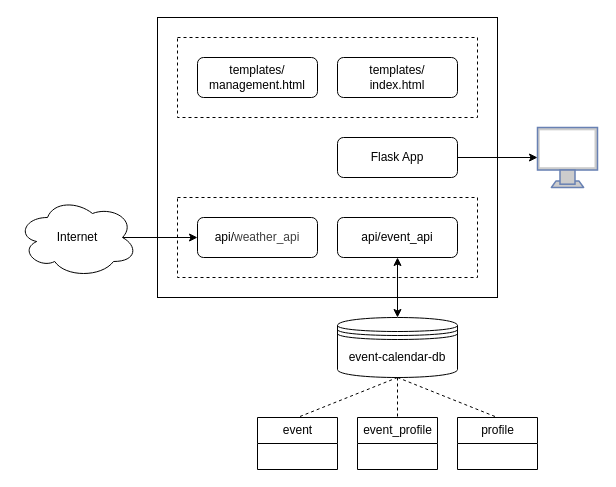
Earlier version of the draw.io diagram diagrams/architecture.drawio (cindracindra/weatherwise-planner). Source tidied: cells renumbered, new cells numbered last; positions are measured from the earlier drawing's top-left corner, leaving out a move shared by most shapes. Both pictures are drawn from the tidied source at 100%, with x=0, y=0 at pixel (17, 17).
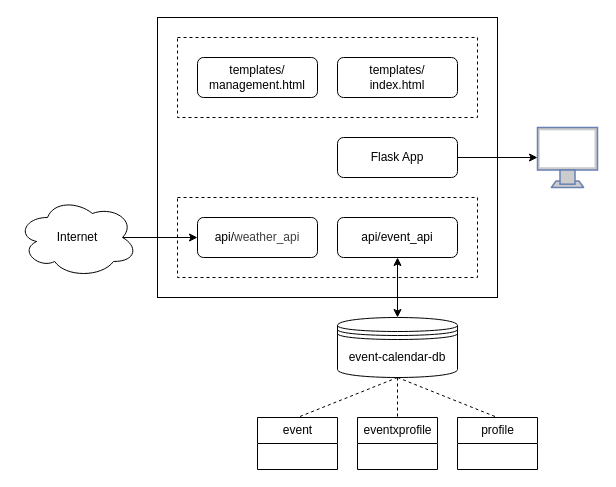
Above is the later version.

Change to the diagram source:
```diff
@@
-    <mxCell id="7" value="event_profile" style="swimlane;fontStyle=0;horizontal=1;startSize=26;fillColor=default;html=1;swimlaneFillColor=#FFFFFF;" parent="1" vertex="1">
+    <mxCell id="7" value="eventxprofile" style="swimlane;fontStyle=0;horizontal=1;startSize=26;fillColor=default;html=1;swimlaneFillColor=#FFFFFF;" parent="1" vertex="1">
       <mxGeometry x="340" y="400" width="80" height="52" as="geometry" />
     </mxCell>
```
